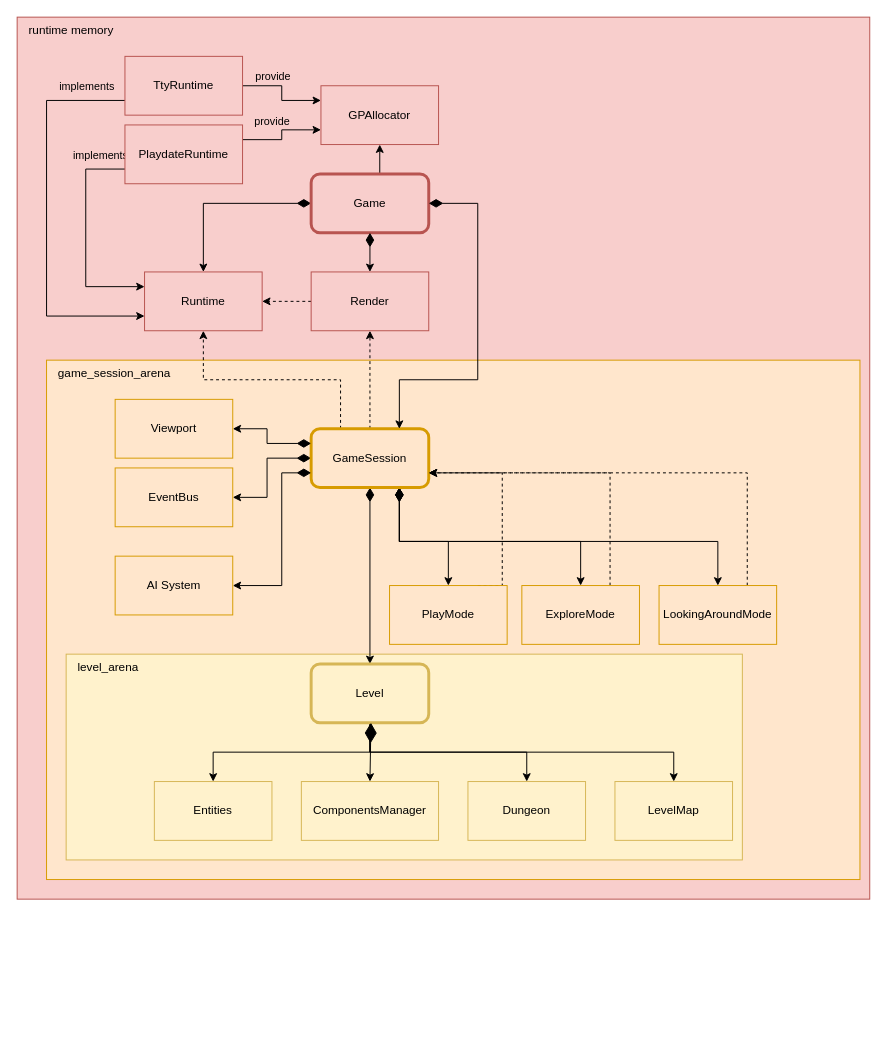
This is page "Main components" (2 of 9) of docs/schemas.drawio from vladimir-popov/forgotten_catacombs, a draw.io file, before an edit. Source tidied: cells renumbered, new cells numbered last; positions are measured from the earlier drawing's top-left corner, leaving out a move shared by most shapes. Both pictures are drawn from the tidied source at 98%, with x=0, y=0 at pixel (17, 17).
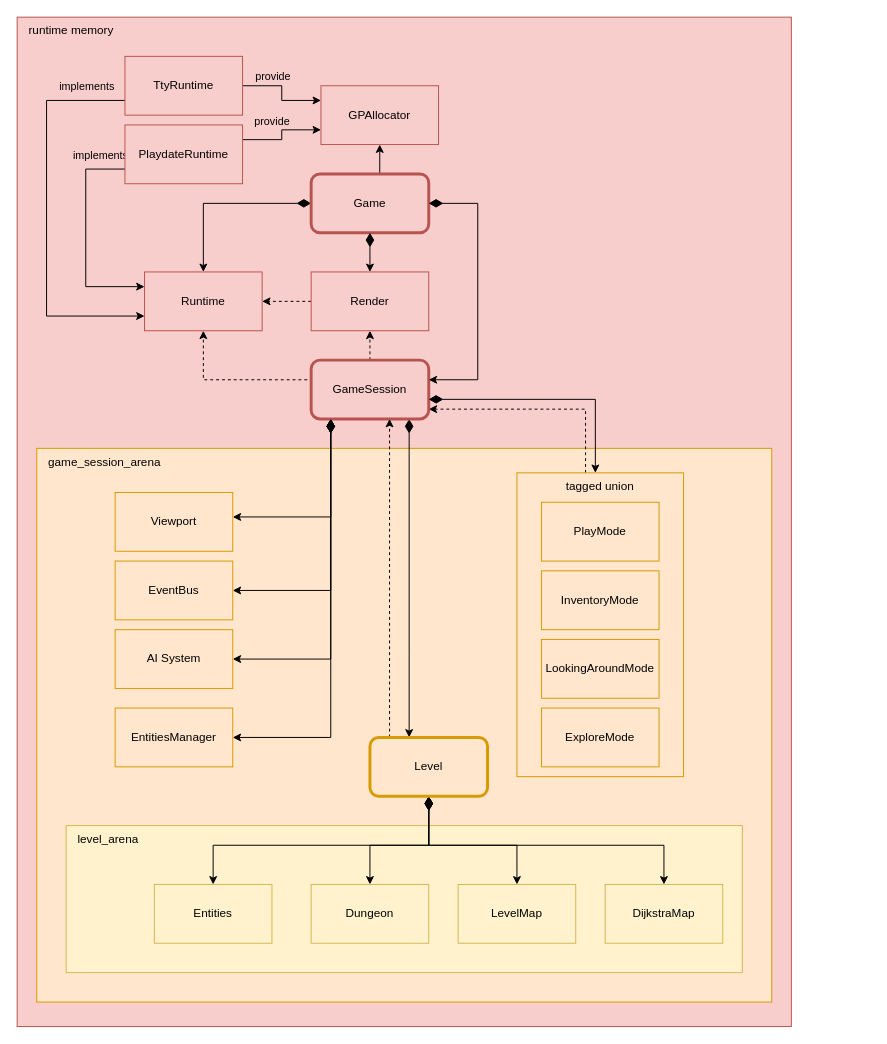
Above is the later version.

The change refers to these unchanged cells:
```xml
<mxCell id="7" value="Game" style="rounded=1;whiteSpace=wrap;html=1;fillColor=#f8cecc;strokeColor=#b85450;strokeWidth=3;" parent="1" vertex="1">
  <mxGeometry x="300" y="160" width="120" height="60" as="geometry" />
</mxCell>
```

The edit, as a diff of the source:
```diff
@@
     <mxCell id="2" value="runtime memory" style="rounded=0;whiteSpace=wrap;html=1;fillColor=#f8cecc;strokeColor=#b85450;verticalAlign=top;align=left;spacingLeft=10;" parent="1" vertex="1">
-      <mxGeometry width="870" height="900" as="geometry" />
+      <mxGeometry width="790" height="1030" as="geometry" />
     </mxCell>
     <mxCell id="3" value="game_session_arena" style="rounded=0;whiteSpace=wrap;html=1;fillColor=#ffe6cc;strokeColor=#d79b00;align=left;verticalAlign=top;spacingLeft=10;" parent="1" vertex="1">
-      <mxGeometry x="30" y="350" width="830" height="530" as="geometry" />
+      <mxGeometry x="20" y="440" width="750" height="565" as="geometry" />
     </mxCell>
+    <mxCell id="53" style="edgeStyle=orthogonalEdgeStyle;rounded=0;jettySize=auto;html=1;dashed=1;" parent="1" edge="1" source="54" target="16">
+      <mxGeometry relative="1" as="geometry">
+        <Array as="points">
+          <mxPoint x="580" y="400" />
+        </Array>
+      </mxGeometry>
+    </mxCell>
+    <mxCell id="54" value="tagged union" style="rounded=0;whiteSpace=wrap;html=1;fillColor=#ffe6cc;strokeColor=#d79b00;verticalAlign=top;" parent="1" vertex="1">
+      <mxGeometry x="510" y="465" width="170" height="310" as="geometry" />
+    </mxCell>
     <mxCell id="4" value="level_arena" style="rounded=0;whiteSpace=wrap;html=1;fillColor=#fff2cc;strokeColor=#d6b656;align=left;verticalAlign=top;spacingLeft=10;" parent="1" vertex="1">
-      <mxGeometry x="50" y="650" width="690" height="210" as="geometry" />
+      <mxGeometry x="50" y="825" width="690" height="150" as="geometry" />
     </mxCell>
@@
-    <mxCell id="8" style="edgeStyle=orthogonalEdgeStyle;rounded=0;jettySize=auto;html=1;startArrow=diamondThin;startFill=1;startSize=12;exitX=0.75;exitY=1;exitDx=0;exitDy=0;" parent="1" edge="1" source="16" target="29">
-      <mxGeometry relative="1" as="geometry" />
-    </mxCell>
-    <mxCell id="9" style="edgeStyle=orthogonalEdgeStyle;rounded=0;jettySize=auto;html=1;exitX=0.75;exitY=1;exitDx=0;exitDy=0;entryX=0.5;entryY=0;entryDx=0;entryDy=0;strokeColor=default;align=center;verticalAlign=middle;fontFamily=Helvetica;fontSize=11;fontColor=default;labelBackgroundColor=default;startArrow=diamondThin;startFill=1;startSize=12;endArrow=classic;" parent="1" edge="1" source="16" target="31">
-      <mxGeometry relative="1" as="geometry" />
-    </mxCell>
-    <mxCell id="10" style="edgeStyle=orthogonalEdgeStyle;rounded=0;jettySize=auto;html=1;startArrow=diamondThin;startFill=1;startSize=12;exitX=0;exitY=0.5;exitDx=0;exitDy=0;" parent="1" edge="1" source="16" target="52">
-      <mxGeometry relative="1" as="geometry" />
+    <mxCell id="10" style="edgeStyle=orthogonalEdgeStyle;rounded=0;jettySize=auto;html=1;startArrow=diamondThin;startFill=1;startSize=12;" parent="1" edge="1" source="16" target="52">
+      <mxGeometry relative="1" as="geometry">
+        <Array as="points">
+          <mxPoint x="320" y="585" />
+        </Array>
+      </mxGeometry>
     </mxCell>
@@
-    <mxCell id="12" style="edgeStyle=orthogonalEdgeStyle;rounded=0;jettySize=auto;html=1;exitX=0.75;exitY=1;exitDx=0;exitDy=0;entryX=0.5;entryY=0;entryDx=0;entryDy=0;strokeColor=default;align=center;verticalAlign=middle;fontFamily=Helvetica;fontSize=11;fontColor=default;labelBackgroundColor=default;startArrow=diamondThin;startFill=1;startSize=12;endArrow=classic;" parent="1" edge="1" source="16" target="37">
-      <mxGeometry relative="1" as="geometry" />
-    </mxCell>
@@
-    <mxCell id="14" style="edgeStyle=orthogonalEdgeStyle;rounded=0;jettySize=auto;html=1;exitX=0.5;exitY=1;exitDx=0;exitDy=0;entryX=0.5;entryY=0;entryDx=0;entryDy=0;startArrow=diamondThin;startFill=1;startSize=12;" parent="1" edge="1" source="16" target="20">
-      <mxGeometry relative="1" as="geometry" />
+    <mxCell id="14" style="edgeStyle=orthogonalEdgeStyle;rounded=0;jettySize=auto;html=1;startArrow=diamondThin;startFill=1;startSize=12;" parent="1" edge="1" source="16" target="20">
+      <mxGeometry relative="1" as="geometry">
+        <Array as="points">
+          <mxPoint x="400" y="650" />
+          <mxPoint x="400" y="650" />
+        </Array>
+      </mxGeometry>
     </mxCell>
@@
+    <mxCell id="55" style="edgeStyle=orthogonalEdgeStyle;rounded=0;jettySize=auto;html=1;entryX=1;entryY=0.5;entryDx=0;entryDy=0;startArrow=diamondThin;startFill=1;startSize=12;" parent="1" edge="1" source="16" target="32">
+      <mxGeometry relative="1" as="geometry">
+        <Array as="points">
+          <mxPoint x="320" y="735" />
+        </Array>
+      </mxGeometry>
+    </mxCell>
-    <mxCell id="16" value="GameSession" style="rounded=1;whiteSpace=wrap;html=1;fillColor=#ffe6cc;strokeColor=#d79b00;strokeWidth=3;" parent="1" vertex="1">
-      <mxGeometry x="300" y="420" width="120" height="60" as="geometry" />
+    <mxCell id="16" value="GameSession" style="rounded=1;whiteSpace=wrap;html=1;fillColor=#f8cecc;strokeColor=#b85450;strokeWidth=3;" parent="1" vertex="1">
+      <mxGeometry x="300" y="350" width="120" height="60" as="geometry" />
     </mxCell>
-    <mxCell id="17" style="edgeStyle=orthogonalEdgeStyle;rounded=0;jettySize=auto;html=1;exitX=0.5;exitY=1;exitDx=0;exitDy=0;entryX=0.5;entryY=0;entryDx=0;entryDy=0;" parent="1" edge="1" source="20" target="33">
+    <mxCell id="17" style="edgeStyle=orthogonalEdgeStyle;rounded=0;jettySize=auto;html=1;exitX=0.5;exitY=1;exitDx=0;exitDy=0;entryX=0.5;entryY=0;entryDx=0;entryDy=0;startArrow=diamondThin;startFill=1;startSize=12;" parent="1" edge="1" source="20" target="33">
       <mxGeometry relative="1" as="geometry" />
     </mxCell>
-    <mxCell id="18" style="edgeStyle=orthogonalEdgeStyle;rounded=0;jettySize=auto;html=1;exitX=0.5;exitY=1;exitDx=0;exitDy=0;entryX=0.5;entryY=0;entryDx=0;entryDy=0;" parent="1" edge="1" source="20" target="21">
+    <mxCell id="18" style="edgeStyle=orthogonalEdgeStyle;rounded=0;jettySize=auto;html=1;exitX=0.5;exitY=1;exitDx=0;exitDy=0;entryX=0.5;entryY=0;entryDx=0;entryDy=0;startArrow=diamondThin;startFill=1;startSize=12;" parent="1" edge="1" source="20" target="21">
       <mxGeometry relative="1" as="geometry" />
     </mxCell>
-    <mxCell id="19" style="edgeStyle=orthogonalEdgeStyle;rounded=0;jettySize=auto;html=1;exitX=0.5;exitY=1;exitDx=0;exitDy=0;entryX=0.5;entryY=0;entryDx=0;entryDy=0;" parent="1" edge="1" source="20" target="34">
+    <mxCell id="19" style="edgeStyle=orthogonalEdgeStyle;rounded=0;jettySize=auto;html=1;exitX=0.5;exitY=1;exitDx=0;exitDy=0;entryX=0.5;entryY=0;entryDx=0;entryDy=0;startArrow=diamondThin;startFill=1;startSize=12;" parent="1" edge="1" source="20" target="34">
       <mxGeometry relative="1" as="geometry" />
     </mxCell>
+    <mxCell id="56" style="edgeStyle=orthogonalEdgeStyle;rounded=0;jettySize=auto;html=1;dashed=1;" parent="1" edge="1" source="20" target="16">
+      <mxGeometry relative="1" as="geometry">
+        <Array as="points">
+          <mxPoint x="380" y="490" />
+          <mxPoint x="380" y="490" />
+        </Array>
+      </mxGeometry>
+    </mxCell>
+    <mxCell id="57" style="edgeStyle=orthogonalEdgeStyle;rounded=0;jettySize=auto;html=1;exitX=0.5;exitY=1;exitDx=0;exitDy=0;startArrow=diamondThin;startFill=1;startSize=12;" parent="1" edge="1" source="20" target="58">
+      <mxGeometry relative="1" as="geometry" />
+    </mxCell>
-    <mxCell id="20" value="Level" style="rounded=1;whiteSpace=wrap;html=1;fillColor=#fff2cc;strokeColor=#d6b656;strokeWidth=3;align=center;verticalAlign=middle;fontFamily=Helvetica;fontSize=12;" parent="1" vertex="1">
-      <mxGeometry x="300" y="660" width="120" height="60" as="geometry" />
+    <mxCell id="20" value="Level" style="rounded=1;whiteSpace=wrap;html=1;fillColor=#ffe6cc;strokeColor=#d79b00;strokeWidth=3;align=center;verticalAlign=middle;fontFamily=Helvetica;fontSize=12;" parent="1" vertex="1">
+      <mxGeometry x="360" y="735" width="120" height="60" as="geometry" />
     </mxCell>
     <mxCell id="21" value="Dungeon" style="rounded=0;whiteSpace=wrap;html=1;fillColor=#fff2cc;strokeColor=#d6b656;" parent="1" vertex="1">
-      <mxGeometry x="460" y="780" width="120" height="60" as="geometry" />
+      <mxGeometry x="300" y="885" width="120" height="60" as="geometry" />
     </mxCell>
-    <mxCell id="22" style="edgeStyle=orthogonalEdgeStyle;rounded=0;jettySize=auto;html=1;startArrow=diamondThin;startFill=1;startSize=12;exitX=0;exitY=0.25;exitDx=0;exitDy=0;" parent="1" edge="1" source="16" target="38">
-      <mxGeometry relative="1" as="geometry" />
+    <mxCell id="22" style="edgeStyle=orthogonalEdgeStyle;rounded=0;jettySize=auto;html=1;startArrow=diamondThin;startFill=1;startSize=12;" parent="1" edge="1" source="16" target="38">
+      <mxGeometry relative="1" as="geometry">
+        <Array as="points">
+          <mxPoint x="320" y="510" />
+        </Array>
+      </mxGeometry>
     </mxCell>
@@
-    <mxCell id="25" style="endArrow=diamondThin;endFill=1;endSize=12;html=1;rounded=0;exitX=0.75;exitY=0;exitDx=0;exitDy=0;startArrow=classic;startFill=1;strokeWidth=1;entryX=1;entryY=0.5;entryDx=0;entryDy=0;edgeStyle=orthogonalEdgeStyle;" parent="1" edge="1" source="16" target="7">
+    <mxCell id="25" style="endArrow=diamondThin;endFill=1;endSize=12;html=1;rounded=0;startArrow=classic;startFill=1;strokeWidth=1;edgeStyle=orthogonalEdgeStyle;" parent="1" edge="1" source="16" target="7">
       <mxGeometry relative="1" as="geometry">
         <Array as="points">
-          <mxPoint x="390" y="370" />
           <mxPoint x="470" y="370" />
           <mxPoint x="470" y="190" />
         </Array>
       </mxGeometry>
     </mxCell>
-    <mxCell id="26" style="endArrow=diamondThin;endFill=1;endSize=18;html=1;rounded=0;startArrow=classic;startFill=1;exitX=0.5;exitY=0;exitDx=0;exitDy=0;strokeWidth=1;" parent="1" edge="1" source="32">
-      <mxGeometry relative="1" as="geometry">
-        <mxPoint x="361" y="720" as="targetPoint" />
-      </mxGeometry>
-    </mxCell>
-    <mxCell id="27" style="edgeStyle=orthogonalEdgeStyle;rounded=0;jettySize=auto;html=1;dashed=1;entryX=1;entryY=0.75;entryDx=0;entryDy=0;exitX=0.75;exitY=0;exitDx=0;exitDy=0;" parent="1" edge="1" source="29" target="16">
-      <mxGeometry relative="1" as="geometry">
-        <Array as="points">
-          <mxPoint x="495" y="465" />
-        </Array>
-      </mxGeometry>
-    </mxCell>
-    <mxCell id="28" style="edgeStyle=orthogonalEdgeStyle;rounded=0;jettySize=auto;html=1;startArrow=diamondThin;startFill=1;startSize=12;exitX=0;exitY=0.75;exitDx=0;exitDy=0;" parent="1" edge="1" source="16" target="51">
+    <mxCell id="28" style="edgeStyle=orthogonalEdgeStyle;rounded=0;jettySize=auto;html=1;startArrow=diamondThin;startFill=1;startSize=12;entryX=1;entryY=0.5;entryDx=0;entryDy=0;" parent="1" edge="1" source="16" target="51">
       <mxGeometry relative="1" as="geometry">
         <Array as="points">
-          <mxPoint x="270" y="465" />
-          <mxPoint x="270" y="580" />
+          <mxPoint x="320" y="655" />
         </Array>
       </mxGeometry>
     </mxCell>
     <mxCell id="29" value="PlayMode" style="rounded=0;whiteSpace=wrap;html=1;fillColor=#ffe6cc;strokeColor=#d79b00;" parent="1" vertex="1">
-      <mxGeometry x="380" y="580" width="120" height="60" as="geometry" />
+      <mxGeometry x="535" y="495" width="120" height="60" as="geometry" />
     </mxCell>
-    <mxCell id="30" style="edgeStyle=orthogonalEdgeStyle;rounded=0;jettySize=auto;html=1;exitX=0.75;exitY=0;exitDx=0;exitDy=0;entryX=1;entryY=0.75;entryDx=0;entryDy=0;dashed=1;" parent="1" edge="1" source="31" target="16">
-      <mxGeometry relative="1" as="geometry" />
-    </mxCell>
-    <mxCell id="31" value="ExploreMode" style="rounded=0;whiteSpace=wrap;html=1;fillColor=#ffe6cc;strokeColor=#d79b00;" parent="1" vertex="1">
-      <mxGeometry x="515" y="580" width="120" height="60" as="geometry" />
+    <mxCell id="31" value="InventoryMode" style="rounded=0;whiteSpace=wrap;html=1;fillColor=#ffe6cc;strokeColor=#d79b00;" parent="1" vertex="1">
+      <mxGeometry x="535" y="565" width="120" height="60" as="geometry" />
     </mxCell>
-    <mxCell id="32" value="ComponentsManager" style="rounded=0;whiteSpace=wrap;html=1;fillColor=#fff2cc;strokeColor=#d6b656;" parent="1" vertex="1">
-      <mxGeometry x="290" y="780" width="140" height="60" as="geometry" />
+    <mxCell id="32" value="EntitiesManager" style="rounded=0;whiteSpace=wrap;html=1;fillColor=#ffe6cc;strokeColor=#d79b00;" parent="1" vertex="1">
+      <mxGeometry x="100" y="705" width="120" height="60" as="geometry" />
     </mxCell>
     <mxCell id="33" value="Entities" style="rounded=0;whiteSpace=wrap;html=1;fillColor=#fff2cc;strokeColor=#d6b656;" parent="1" vertex="1">
-      <mxGeometry x="140" y="780" width="120" height="60" as="geometry" />
+      <mxGeometry x="140" y="885" width="120" height="60" as="geometry" />
     </mxCell>
     <mxCell id="34" value="LevelMap" style="rounded=0;whiteSpace=wrap;html=1;fillColor=#fff2cc;strokeColor=#d6b656;" parent="1" vertex="1">
-      <mxGeometry x="610" y="780" width="120" height="60" as="geometry" />
+      <mxGeometry x="450" y="885" width="120" height="60" as="geometry" />
     </mxCell>
@@
-    <mxCell id="36" style="edgeStyle=orthogonalEdgeStyle;rounded=0;jettySize=auto;html=1;exitX=0.75;exitY=0;exitDx=0;exitDy=0;entryX=1;entryY=0.75;entryDx=0;entryDy=0;dashed=1;" parent="1" edge="1" source="37" target="16">
-      <mxGeometry relative="1" as="geometry" />
-    </mxCell>
     <mxCell id="37" value="LookingAroundMode" style="rounded=0;whiteSpace=wrap;html=1;fillColor=#ffe6cc;strokeColor=#d79b00;" parent="1" vertex="1">
-      <mxGeometry x="655" y="580" width="120" height="60" as="geometry" />
+      <mxGeometry x="535" y="635" width="120" height="60" as="geometry" />
     </mxCell>
     <mxCell id="38" value="Viewport" style="rounded=0;whiteSpace=wrap;html=1;fillColor=#ffe6cc;strokeColor=#d79b00;" parent="1" vertex="1">
-      <mxGeometry x="100" y="390" width="120" height="60" as="geometry" />
+      <mxGeometry x="100" y="485" width="120" height="60" as="geometry" />
     </mxCell>
@@
     <mxCell id="50" style="ellipse;whiteSpace=wrap;html=1;align=center;fillColor=none;strokeColor=none;perimeter=centerPerimeter;" parent="1" vertex="1">
-      <mxGeometry x="395" y="350" width="10" height="10" as="geometry" />
+      <mxGeometry x="395" y="445" width="10" height="10" as="geometry" />
     </mxCell>
     <mxCell id="51" value="AI System" style="rounded=0;whiteSpace=wrap;html=1;fillColor=#ffe6cc;strokeColor=#d79b00;" parent="1" vertex="1">
-      <mxGeometry x="100" y="550" width="120" height="60" as="geometry" />
+      <mxGeometry x="100" y="625" width="120" height="60" as="geometry" />
     </mxCell>
     <mxCell id="52" value="EventBus" style="rounded=0;whiteSpace=wrap;html=1;fillColor=#ffe6cc;strokeColor=#d79b00;" parent="1" vertex="1">
-      <mxGeometry x="100" y="460" width="120" height="60" as="geometry" />
+      <mxGeometry x="100" y="555" width="120" height="60" as="geometry" />
     </mxCell>
+    <mxCell id="58" value="DijkstraMap" style="rounded=0;whiteSpace=wrap;html=1;fillColor=#fff2cc;strokeColor=#d6b656;" parent="1" vertex="1">
+      <mxGeometry x="600" y="885" width="120" height="60" as="geometry" />
+    </mxCell>
+    <mxCell id="59" value="ExploreMode" style="rounded=0;whiteSpace=wrap;html=1;fillColor=#ffe6cc;strokeColor=#d79b00;" parent="1" vertex="1">
+      <mxGeometry x="535" y="705" width="120" height="60" as="geometry" />
+    </mxCell>
+    <mxCell id="60" style="edgeStyle=orthogonalEdgeStyle;rounded=0;jettySize=auto;html=1;strokeColor=default;align=center;verticalAlign=middle;fontFamily=Helvetica;fontSize=11;fontColor=default;labelBackgroundColor=default;startArrow=diamondThin;startFill=1;startSize=12;endArrow=classic;" parent="1" edge="1" source="16" target="54">
+      <mxGeometry relative="1" as="geometry">
+        <Array as="points">
+          <mxPoint x="590" y="390" />
+        </Array>
+      </mxGeometry>
+    </mxCell>
```
